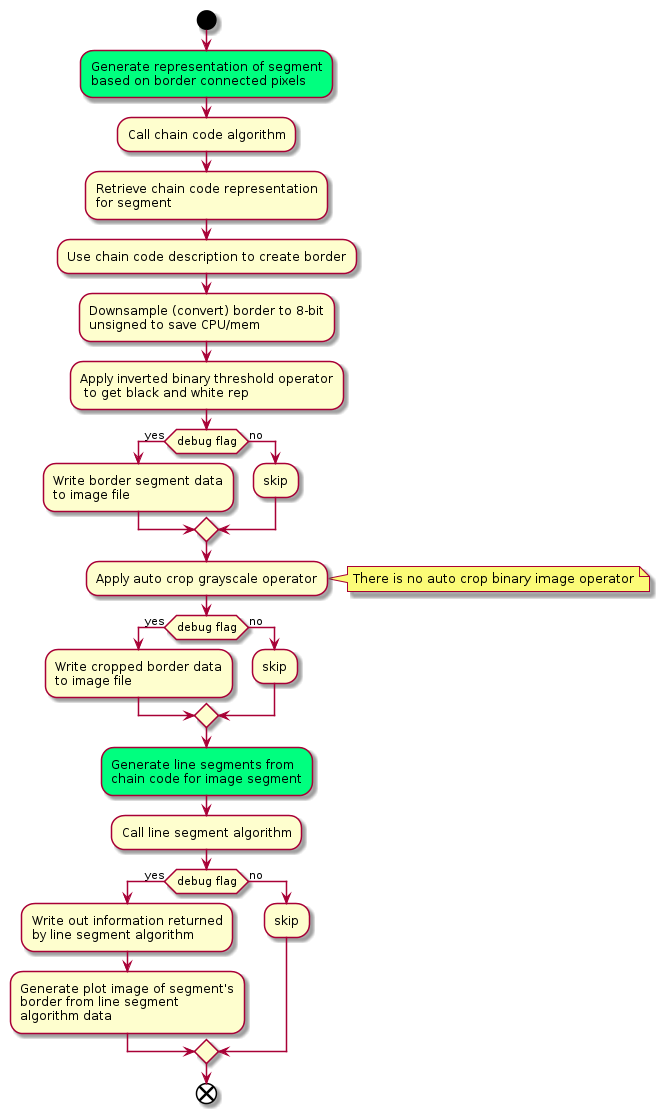
The PlantUML diagram docs/lgalgorithm_local_activity.png in mrobbeloth/obstruction, before a commit.
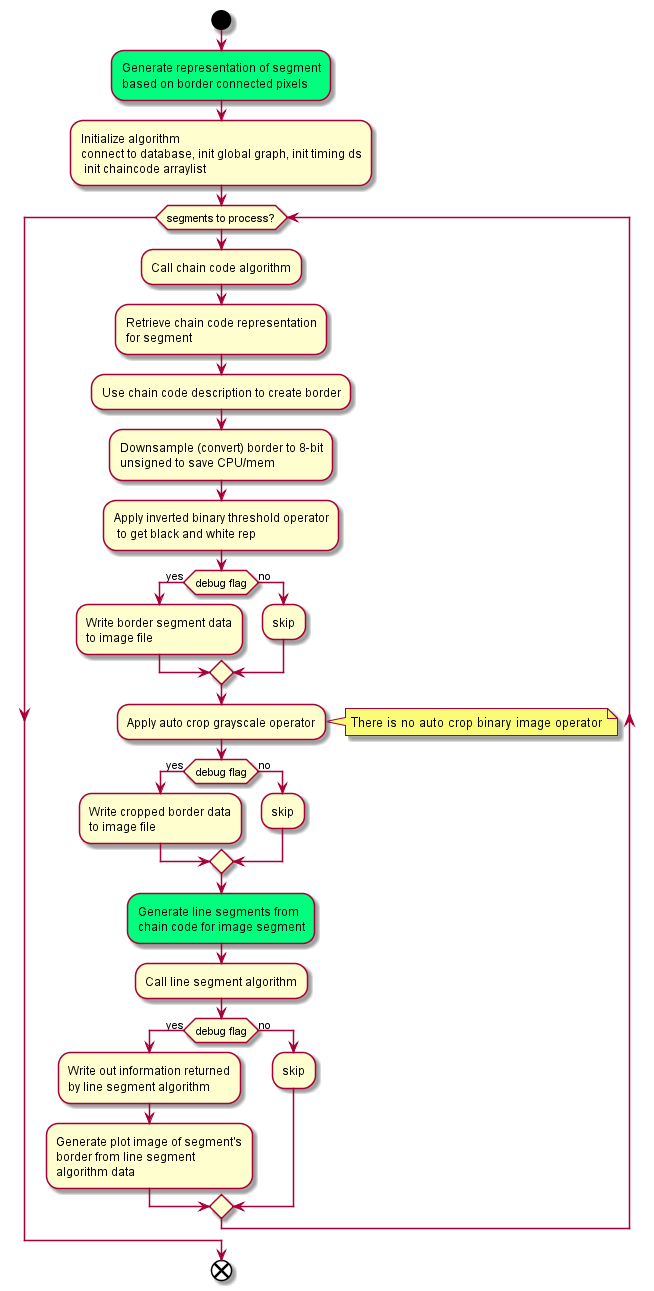
Above is the later version.

Commit message:
Update activity diagrams slightly to better reflect code flow

Change to the diagram source:
```diff
@@ -3,6 +3,8 @@
 start
 
 #00FF7F:Generate representation of segment\nbased on border connected pixels;
+:Initialize algorithm\nconnect to database, init global graph, init timing ds\n init chaincode arraylist;
+while (segments to process?)
 :Call chain code algorithm;
 :Retrieve chain code representation\nfor segment;
 :Use chain code description to create border;
@@ -35,7 +37,7 @@
 else (no)
    :skip;
 endif
-
+endwhile
 
 end
 
```
